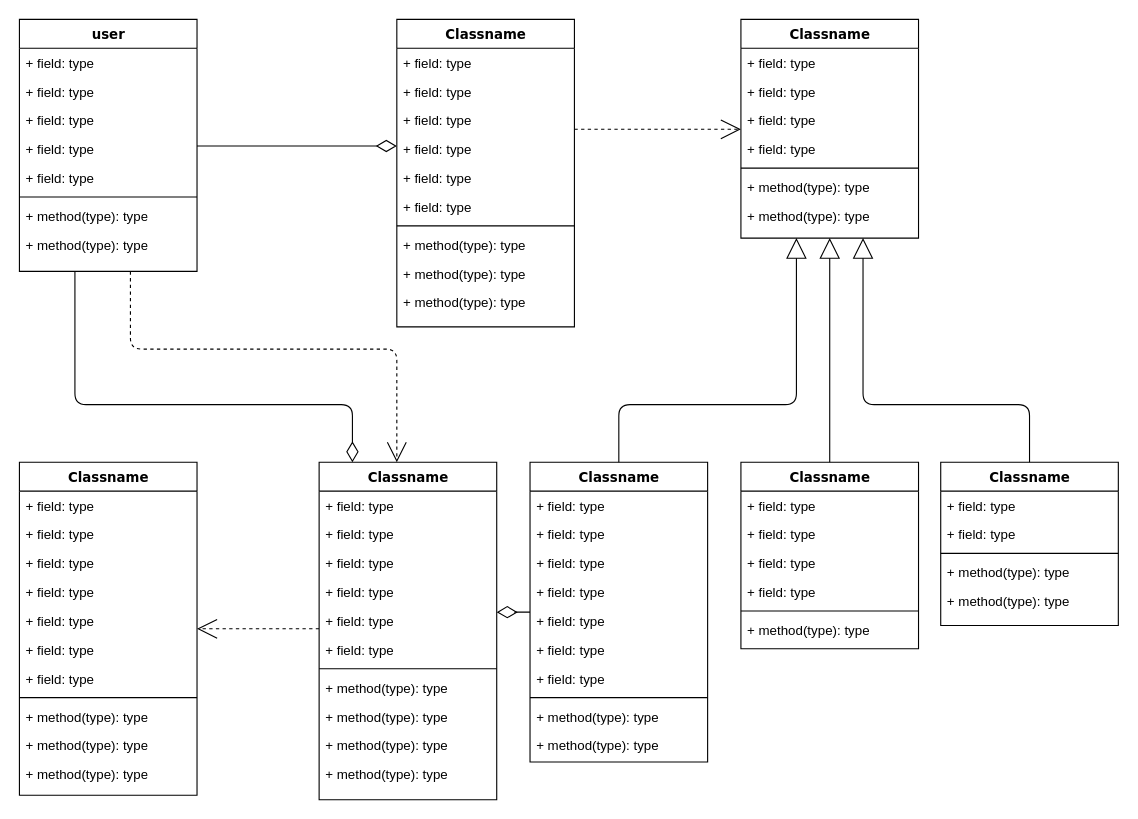
Before: Untitled Diagram.drawio in 974steph/draw.io, a draw.io diagram. Source tidied: cells renumbered, new cells numbered last; positions are measured from the earlier drawing's top-left corner, leaving out a move shared by most shapes. Both pictures are drawn from the tidied source at 111%, with x=0, y=0 at pixel (19, 19).
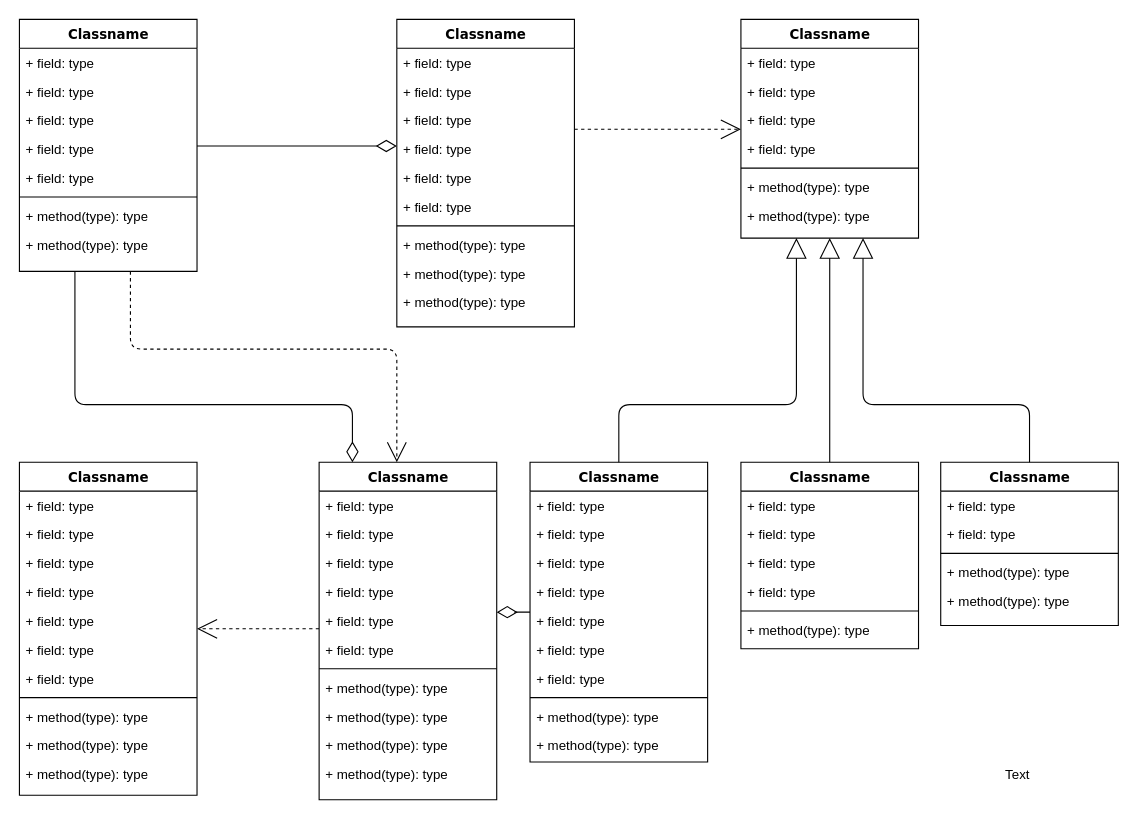
After the change.

What changed in the source:
```diff
@@
-    <mxCell id="4" value="user" style="swimlane;html=1;fontStyle=1;align=center;verticalAlign=top;horizontal=1;startSize=26;swimlaneFillColor=#ffffff;rounded=0;shadow=0;comic=0;labelBackgroundColor=none;strokeWidth=1;fillColor=none;fontFamily=Verdana;fontSize=12;" parent="1" vertex="1">
+    <mxCell id="4" value="Classname" style="swimlane;html=1;fontStyle=1;align=center;verticalAlign=top;horizontal=1;startSize=26;swimlaneFillColor=#ffffff;rounded=0;shadow=0;comic=0;labelBackgroundColor=none;strokeWidth=1;fillColor=none;fontFamily=Verdana;fontSize=12;" parent="1" vertex="1">
       <mxGeometry width="160" height="227" as="geometry" />
     </mxCell>
@@
+    <mxCell id="87" value="Text" style="text;html=1;align=center;verticalAlign=middle;" parent="1" vertex="1">
+      <mxGeometry x="879" y="671" width="40" height="20" as="geometry" />
+    </mxCell>
```
